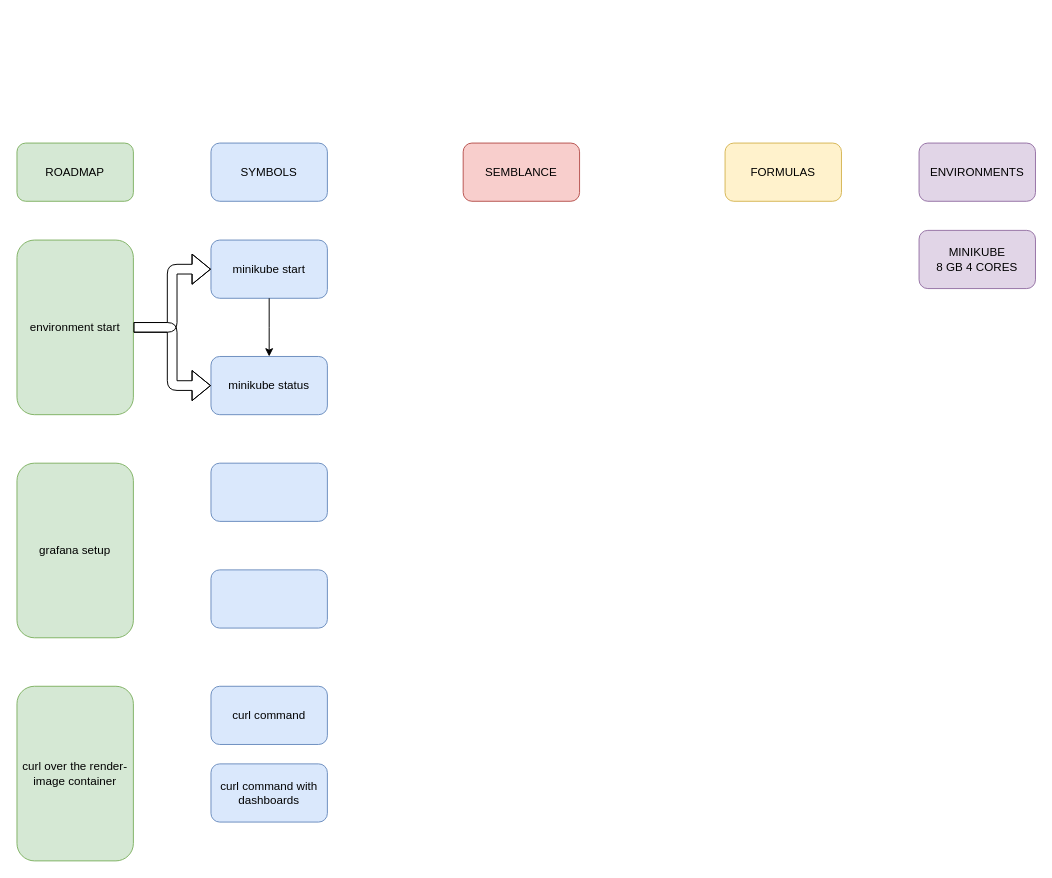
The draw.io diagram 1_Journey/1.5_DrawIo.grafana_automation.drawio in JPHardy/grafana-automation, before the edit. Source tidied: cells renumbered, new cells numbered last; positions are measured from the earlier drawing's top-left corner, leaving out a move shared by most shapes. Both pictures are drawn from the tidied source at 97%, with x=0, y=0 at pixel (16, 143).
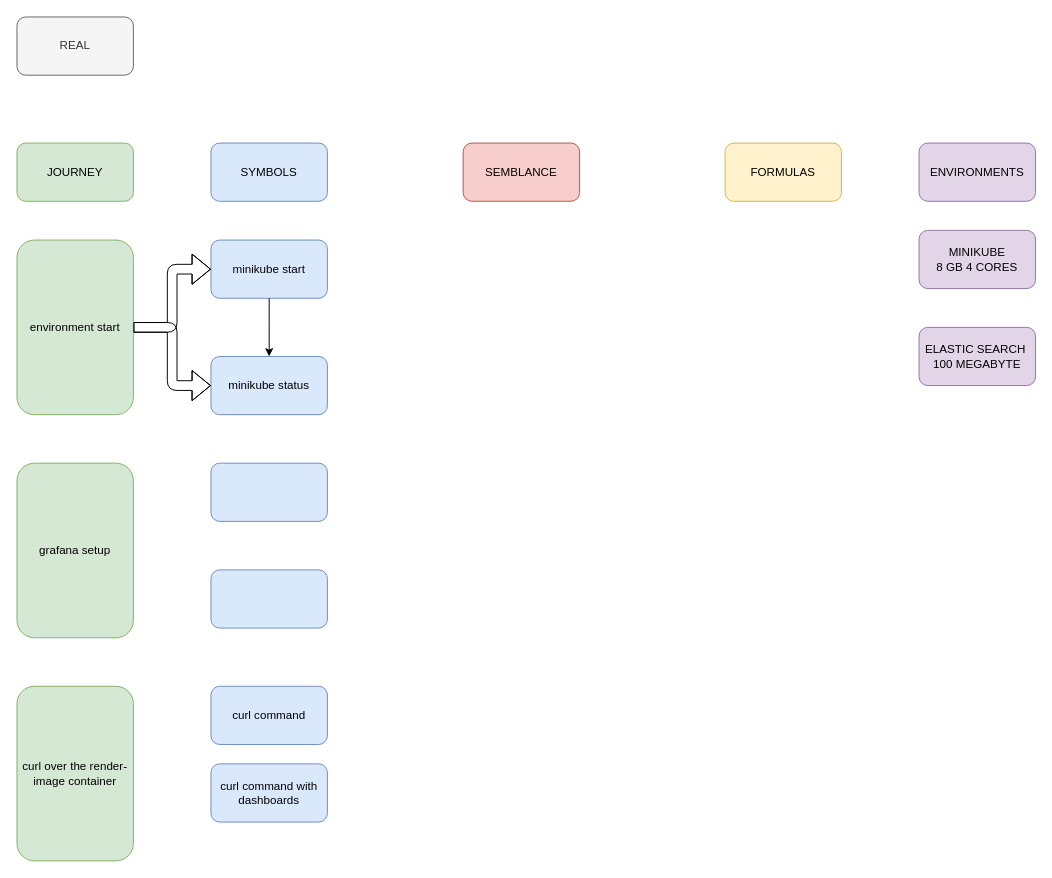
Above is the later version.

Change to the diagram source:
```diff
@@
-    <mxCell id="15" value="ROADMAP" style="rounded=1;whiteSpace=wrap;html=1;fillColor=#d5e8d4;strokeColor=#82b366;" parent="1" vertex="1">
+    <mxCell id="15" value="JOURNEY" style="rounded=1;whiteSpace=wrap;html=1;fillColor=#d5e8d4;strokeColor=#82b366;" parent="1" vertex="1">
       <mxGeometry width="120" height="60" as="geometry" />
     </mxCell>
@@
+    <mxCell id="20" value="ELASTIC SEARCH&amp;nbsp;&lt;br&gt;100 MEGABYTE" style="rounded=1;whiteSpace=wrap;html=1;fillColor=#e1d5e7;strokeColor=#9673a6;" parent="1" vertex="1">
+      <mxGeometry x="930" y="190" width="120" height="60" as="geometry" />
+    </mxCell>
+    <mxCell id="21" value="REAL" style="rounded=1;whiteSpace=wrap;html=1;fillColor=#f5f5f5;strokeColor=#666666;fontColor=#333333;" parent="1" vertex="1">
+      <mxGeometry y="-130" width="120" height="60" as="geometry" />
+    </mxCell>
```
